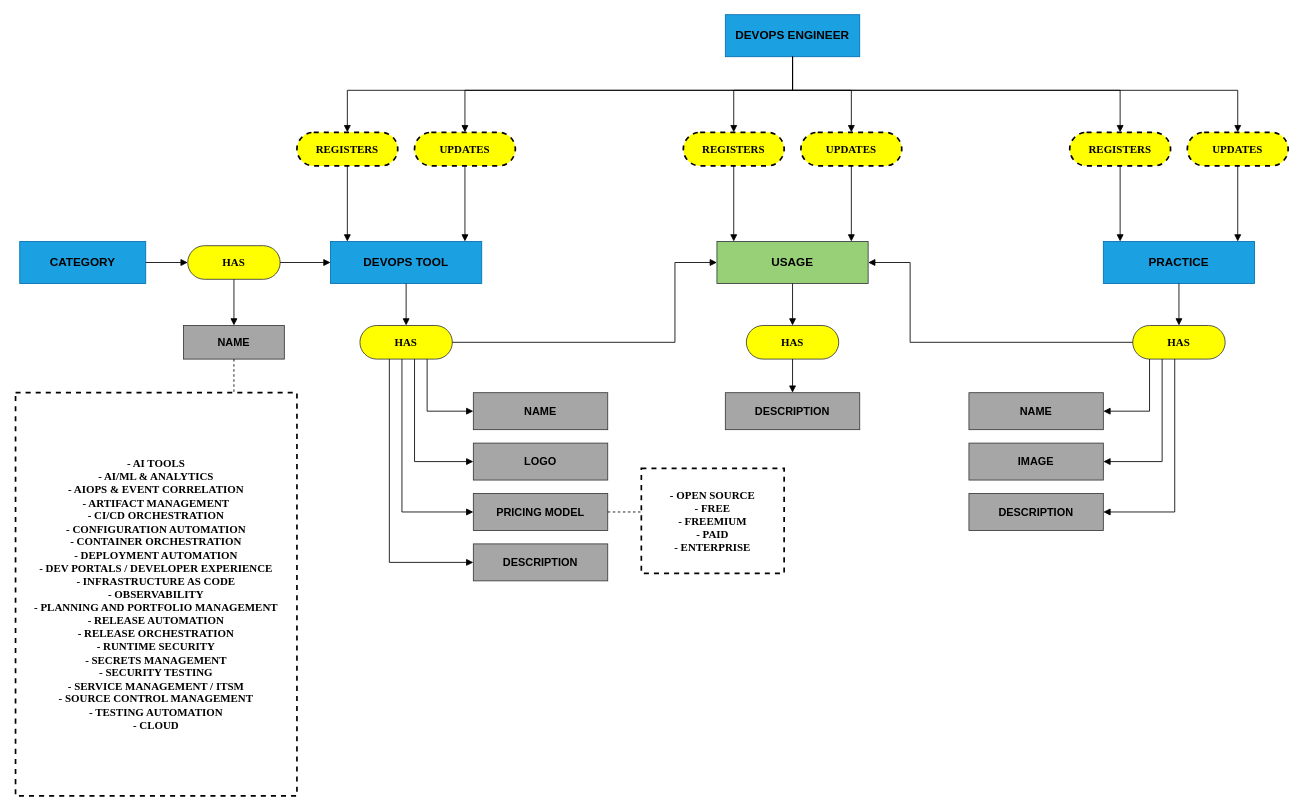
The draw.io diagram docs/esquema-preconceptual.drawio in sromerop01/DevOpsTool, before the edit. Source tidied: cells renumbered, new cells numbered last; positions are measured from the earlier drawing's top-left corner, leaving out a move shared by most shapes. Both pictures are drawn from the tidied source at 84%, with x=0, y=0 at pixel (15, 14).
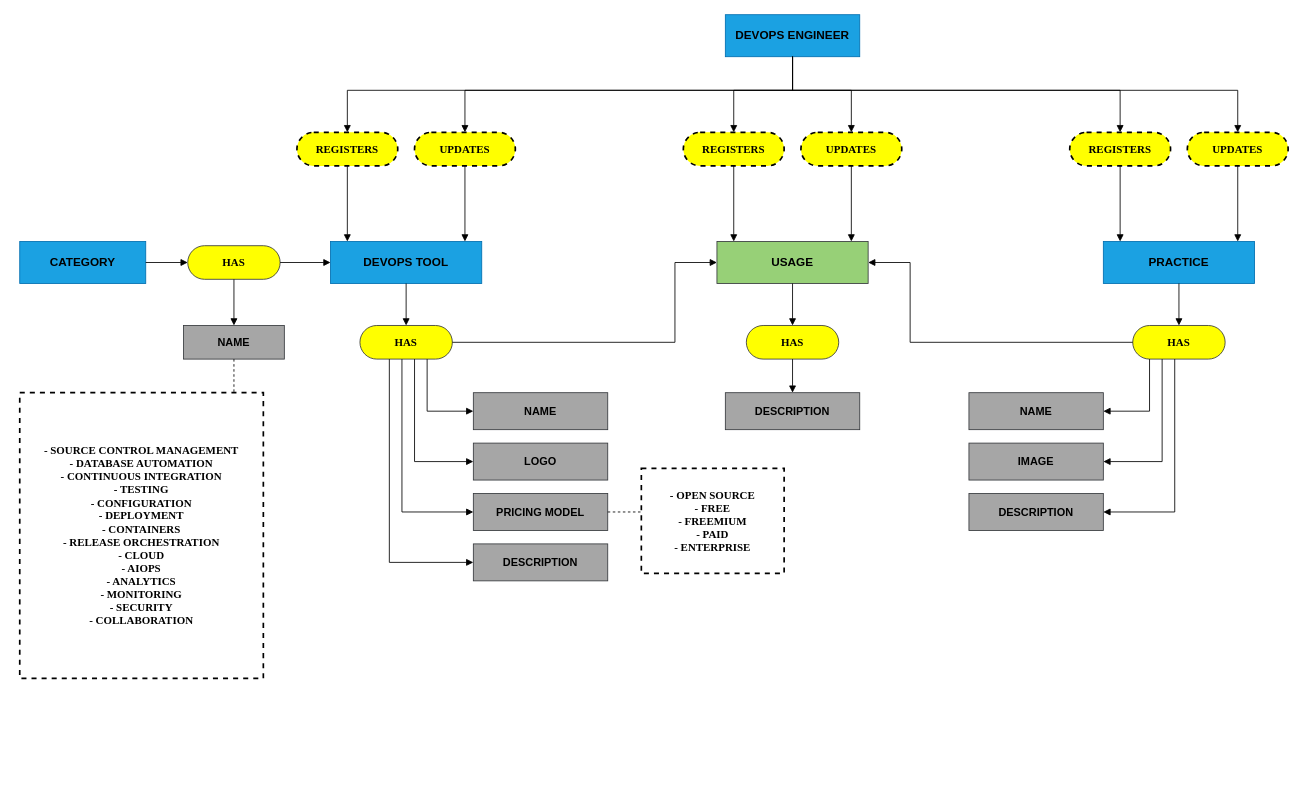
The same page after the edit.

Unchanged cells that the change refers to:
```xml
<mxCell id="14" value="NAME" style="rounded=0;whiteSpace=wrap;html=1;fillColor=#A6A6A6;strokeColor=#36393D;fontColor=#000000;fontStyle=1;fontSize=13;fontFamily=Helvetica;" parent="1" vertex="1">
  <mxGeometry x="200" y="370" width="120" height="40" as="geometry" />
</mxCell>
```

Change to the diagram source:
```diff
@@
-    <mxCell id="15" value="- AI TOOLS&lt;br&gt;- AI/ML &amp;amp; ANALYTICS&lt;br&gt;- AIOPS &amp;amp; EVENT CORRELATION&lt;br&gt;- ARTIFACT MANAGEMENT&lt;br&gt;- CI/CD ORCHESTRATION&lt;br&gt;- CONFIGURATION AUTOMATION&lt;br&gt;- CONTAINER ORCHESTRATION&lt;br&gt;- DEPLOYMENT AUTOMATION&lt;br&gt;- DEV PORTALS / DEVELOPER EXPERIENCE&lt;br&gt;- INFRASTRUCTURE AS CODE&lt;br&gt;- OBSERVABILITY&lt;br&gt;- PLANNING AND PORTFOLIO MANAGEMENT&lt;br&gt;- RELEASE AUTOMATION&lt;br&gt;- RELEASE ORCHESTRATION&lt;br&gt;- RUNTIME SECURITY&lt;br&gt;- SECRETS MANAGEMENT&lt;br&gt;- SECURITY TESTING&lt;br&gt;- SERVICE MANAGEMENT / ITSM&lt;br&gt;- SOURCE CONTROL MANAGEMENT&lt;br&gt;- TESTING AUTOMATION&lt;br&gt;- CLOUD" style="rounded=0;whiteSpace=wrap;html=1;fillColor=none;strokeColor=#000000;fontColor=#000000;dashed=1;strokeWidth=2;fontStyle=1;fontSize=13;fontFamily=Times New Roman;align=center;verticalAlign=middle;" parent="1" vertex="1">
-      <mxGeometry y="450" width="335" height="480" as="geometry" />
+    <mxCell id="15" value="- SOURCE CONTROL MANAGEMENT&lt;br&gt;- DATABASE AUTOMATION&lt;br&gt;- CONTINUOUS INTEGRATION&lt;br&gt;- TESTING&lt;br&gt;- CONFIGURATION&lt;br&gt;- DEPLOYMENT&lt;br&gt;- CONTAINERS&lt;br&gt;- RELEASE ORCHESTRATION&lt;br&gt;- CLOUD&lt;br&gt;- AIOPS&lt;br&gt;- ANALYTICS&lt;br&gt;- MONITORING&lt;br&gt;- SECURITY&lt;br&gt;- COLLABORATION" style="rounded=0;whiteSpace=wrap;html=1;fillColor=none;strokeColor=#000000;fontColor=#000000;dashed=1;strokeWidth=2;fontStyle=1;fontSize=13;fontFamily=Times New Roman;align=center;verticalAlign=middle;" parent="1" vertex="1">
+      <mxGeometry x="5" y="450" width="290" height="340" as="geometry" />
     </mxCell>
@@
-    <mxCell id="43" style="endArrow=none;html=1;rounded=0;dashed=1;strokeColor=#000000;exitX=0.5000;exitY=1.0000;exitDx=0;exitDy=0;entryX=0.7761;entryY=0.0000;entryDx=0;entryDy=0;" parent="1" edge="1" source="14" target="15">
+    <mxCell id="43" style="endArrow=none;html=1;rounded=0;dashed=1;strokeColor=#000000;exitX=0.5000;exitY=1.0000;exitDx=0;exitDy=0;entryX=0.8793;entryY=0.0000;entryDx=0;entryDy=0;" parent="1" edge="1" source="14" target="15">
       <mxGeometry relative="1" as="geometry" />
     </mxCell>
```
